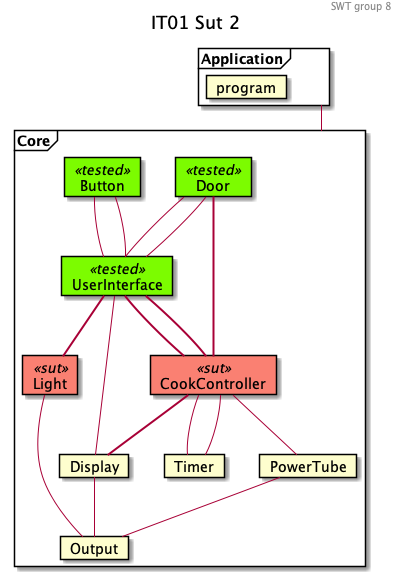
mikkel-ol/I4SWT-MicrowaveOven keeps this PlantUML diagram as docs/IT01 Sut 2.png. Above is the earlier version.
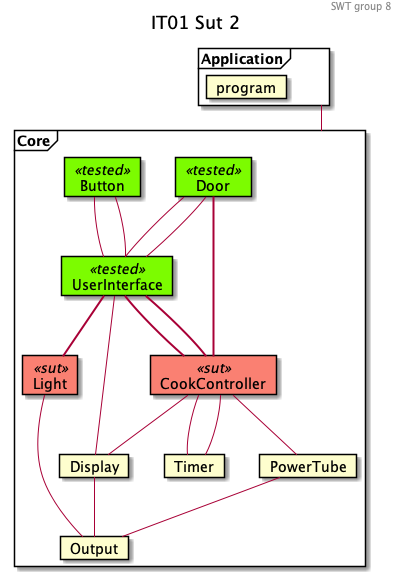
After the change.

Diff of the diagram source:
```diff
@@ -1,6 +1,6 @@
 @startuml
 
-skinparam card{
+skinparam card {
     backgroundColor<<tested>> lawngreen
     backgroundColor<<sut>> salmon
     backgroundColor<<test>> salmon
@@ -10,11 +10,11 @@
 header SWT group 8
 title IT01 Sut 2
 
-frame Application{
+frame Application {
     card program
 }
 
-frame Core{
+frame Core {
     card Door<<tested>>
     card Button<<tested>>
 
@@ -50,7 +50,7 @@
 
 UserInterface -- Display
 UserInterface -[thickness=2]- Light
-CookController -[thickness=2]- Display
+CookController -- Display
 
 CookController -- Timer
 CookController -- Timer
```
